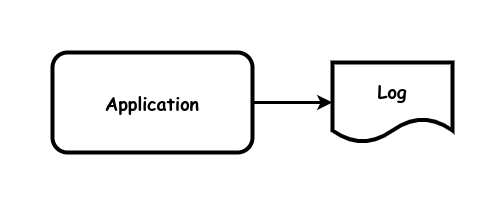
Above: images/logging.drawio.png in garfix/architectural-patterns (draw.io), before the change. Source tidied: cells renumbered, new cells last; positions are measured from the earlier drawing's top-left corner, leaving out a move shared by most shapes.
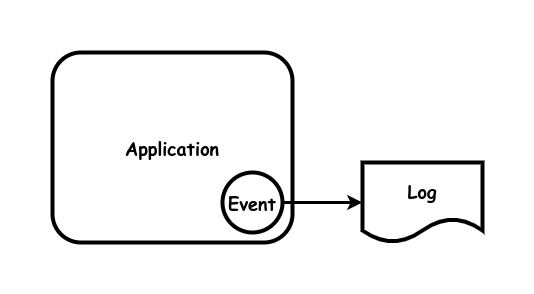
The same file after the commit.

What changed in the source:
```diff
@@ -3,13 +3,16 @@
     <mxCell id="0" />
     <mxCell id="1" parent="0" />
     <mxCell id="2" value="&lt;b style=&quot;font-size: 18px;&quot;&gt;Application&lt;br&gt;&lt;/b&gt;" style="rounded=1;whiteSpace=wrap;html=1;strokeWidth=4;fontFamily=Comic Sans MS;fontSize=18;" parent="1" vertex="1">
-      <mxGeometry width="200" height="100" as="geometry" />
+      <mxGeometry x="-40" y="-90" width="240" height="190" as="geometry" />
     </mxCell>
-    <mxCell id="3" style="endArrow=none;startArrow=classic;html=1;rounded=0;strokeWidth=3;endFill=0;" parent="1" edge="1" source="4" target="2">
+    <mxCell id="3" style="endArrow=none;startArrow=classic;html=1;rounded=0;strokeWidth=3;endFill=0;" parent="1" edge="1" source="4" target="5">
       <mxGeometry relative="1" as="geometry" />
     </mxCell>
     <mxCell id="4" value="Log" style="shape=document;whiteSpace=wrap;html=1;boundedLbl=1;strokeWidth=4;fontFamily=Comic Sans MS;fontStyle=1;fontSize=18;" parent="1" vertex="1">
-      <mxGeometry x="280" y="10" width="120" height="80" as="geometry" />
+      <mxGeometry x="270" y="20" width="120" height="80" as="geometry" />
     </mxCell>
+    <mxCell id="5" value="&lt;font style=&quot;font-size: 18px;&quot; face=&quot;Comic Sans MS&quot;&gt;&lt;b&gt;Event&lt;/b&gt;&lt;/font&gt;" style="ellipse;whiteSpace=wrap;html=1;strokeWidth=4;" parent="1" vertex="1">
+      <mxGeometry x="130" y="30" width="60" height="60" as="geometry" />
+    </mxCell>
   </root>
 </mxGraphModel>
```
